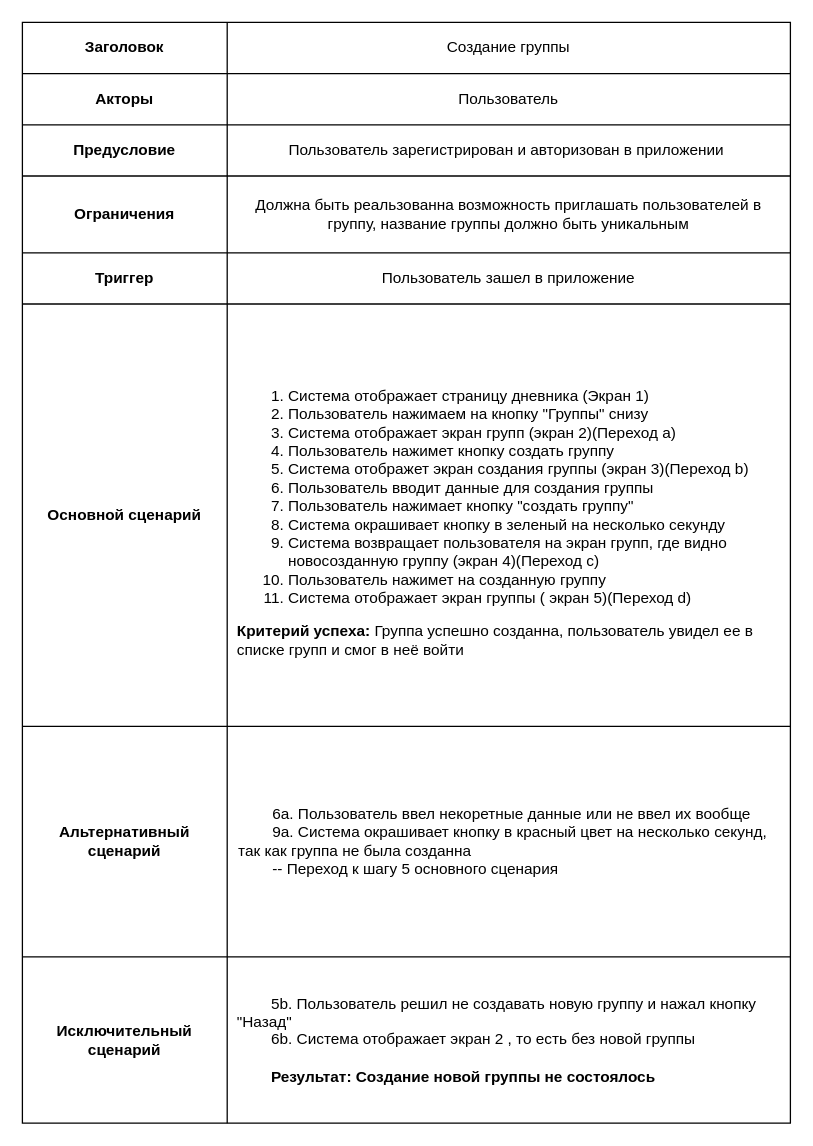
Earlier version of the draw.io diagram Panov_Alexandr/use case.drawio (abdullahproff/BSA21_1). Source tidied: cells renumbered, new cells numbered last; positions are measured from the earlier drawing's top-left corner, leaving out a move shared by most shapes. Both pictures are drawn from the tidied source at 128%, with x=0, y=0 at pixel (22, 22).
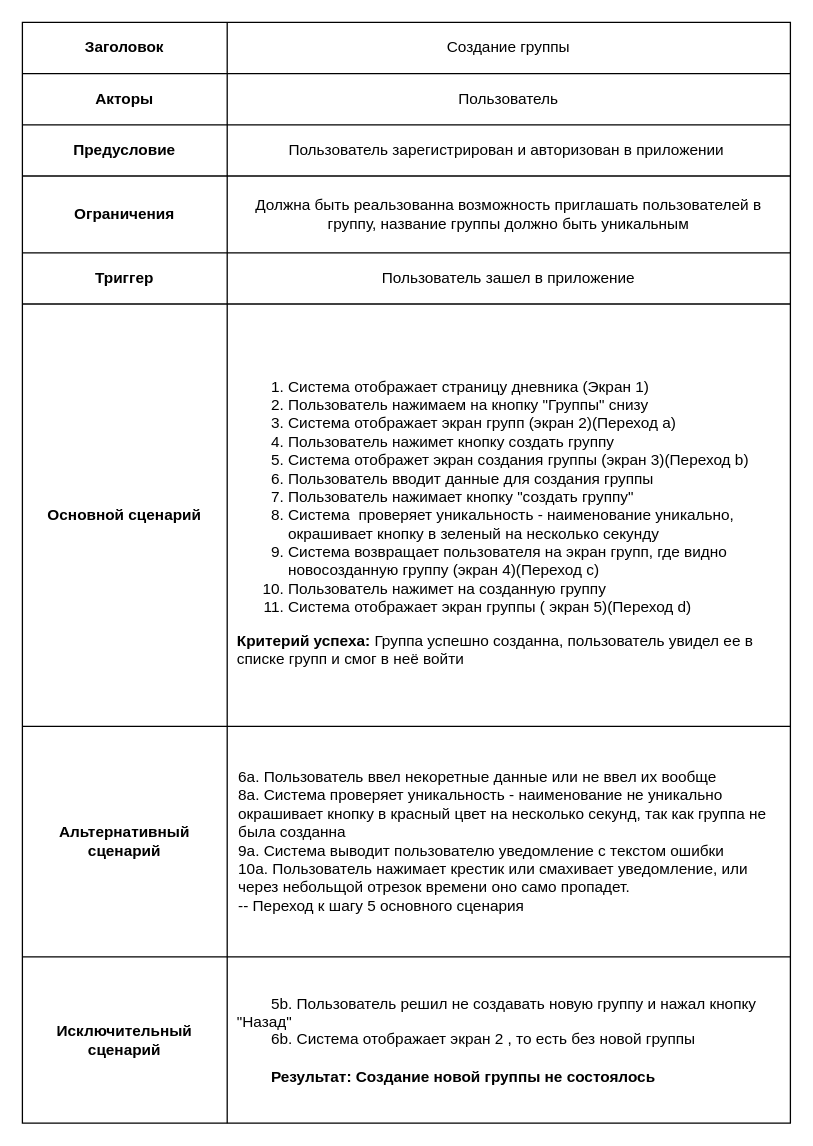
Above is the later version.

The change refers to these unchanged cells:
```xml
<mxCell id="18" style="shape=tableRow;horizontal=0;startSize=0;swimlaneHead=0;swimlaneBody=0;strokeColor=inherit;top=0;left=0;bottom=0;right=0;fillColor=none;" parent="2" vertex="1">
  <mxGeometry y="220" width="600" height="330" as="geometry" />
</mxCell>
<mxCell id="21" style="shape=tableRow;horizontal=0;startSize=0;swimlaneHead=0;swimlaneBody=0;strokeColor=inherit;top=0;left=0;bottom=0;right=0;fillColor=none;" parent="2" vertex="1">
  <mxGeometry y="550" width="600" height="180" as="geometry" />
</mxCell>
```

Change to the diagram source:
```diff
@@
-    <mxCell id="20" value="&lt;ol style=&quot;text-align: left;&quot;&gt;&lt;li&gt;Система отображает страницу дневника (Экран 1)&lt;/li&gt;&lt;li&gt;Пользователь нажимаем на кнопку &quot;Группы&quot; снизу&lt;/li&gt;&lt;li&gt;Система отображает экран групп (экран 2)(Переход a)&lt;/li&gt;&lt;li&gt;Пользователь нажимет кнопку создать группу&lt;/li&gt;&lt;li&gt;Система отображет экран создания группы (экран 3)(Переход b)&lt;/li&gt;&lt;li&gt;Пользователь вводит данные для создания группы&lt;/li&gt;&lt;li&gt;Пользователь нажимает кнопку &quot;создать группу&quot;&lt;/li&gt;&lt;li&gt;Система окрашивает кнопку в зеленый на несколько секунду&lt;/li&gt;&lt;li&gt;Система возвращает пользователя на экран групп, где видно новосозданную группу (экран 4)(Переход c)&lt;/li&gt;&lt;li&gt;Пользователь нажимет на созданную группу&lt;/li&gt;&lt;li&gt;Система отображает экран группы ( экран 5)(Переход d)&lt;/li&gt;&lt;/ol&gt;&lt;span style=&quot;background-color: initial;&quot;&gt;&lt;div style=&quot;text-align: left;&quot;&gt;&lt;b style=&quot;font-weight: bold; background-color: initial;&quot;&gt;&lt;span style=&quot;&quot;&gt;&#9;&lt;/span&gt;&lt;/b&gt;&lt;b style=&quot;font-weight: bold; background-color: initial; text-align: center;&quot;&gt;Критерий успеха: &lt;/b&gt;&lt;span style=&quot;background-color: initial; text-align: center;&quot;&gt;Группа успешно созданна, пользователь увидел ее в списке групп и смог в неё войти&lt;/span&gt;&lt;/div&gt;&lt;/span&gt;" style="shape=partialRectangle;html=1;whiteSpace=wrap;strokeColor=inherit;overflow=hidden;fillColor=none;top=0;left=0;bottom=0;right=0;spacingLeft=7;spacingRight=7;" parent="18" vertex="1">
+    <mxCell id="20" value="&lt;ol style=&quot;text-align: left;&quot;&gt;&lt;li&gt;Система отображает страницу дневника (Экран 1)&lt;/li&gt;&lt;li&gt;Пользователь нажимаем на кнопку &quot;Группы&quot; снизу&lt;/li&gt;&lt;li&gt;Система отображает экран групп (экран 2)(Переход a)&lt;/li&gt;&lt;li&gt;Пользователь нажимет кнопку создать группу&lt;/li&gt;&lt;li&gt;Система отображет экран создания группы (экран 3)(Переход b)&lt;/li&gt;&lt;li&gt;Пользователь вводит данные для создания группы&lt;/li&gt;&lt;li&gt;Пользователь нажимает кнопку &quot;создать группу&quot;&lt;/li&gt;&lt;li&gt;Система&amp;nbsp; проверяет уникальность - наименование уникально, окрашивает кнопку в зеленый на несколько секунду&lt;/li&gt;&lt;li&gt;Система возвращает пользователя на экран групп, где видно новосозданную группу (экран 4)(Переход c)&lt;/li&gt;&lt;li&gt;Пользователь нажимет на созданную группу&lt;/li&gt;&lt;li&gt;Система отображает экран группы ( экран 5)(Переход d)&lt;/li&gt;&lt;/ol&gt;&lt;span style=&quot;background-color: initial;&quot;&gt;&lt;div style=&quot;text-align: left;&quot;&gt;&lt;b style=&quot;font-weight: bold; background-color: initial;&quot;&gt;&lt;span style=&quot;&quot;&gt;&#9;&lt;/span&gt;&lt;/b&gt;&lt;b style=&quot;font-weight: bold; background-color: initial; text-align: center;&quot;&gt;Критерий успеха: &lt;/b&gt;&lt;span style=&quot;background-color: initial; text-align: center;&quot;&gt;Группа успешно созданна, пользователь увидел ее в списке групп и смог в неё войти&lt;/span&gt;&lt;/div&gt;&lt;/span&gt;" style="shape=partialRectangle;html=1;whiteSpace=wrap;strokeColor=inherit;overflow=hidden;fillColor=none;top=0;left=0;bottom=0;right=0;spacingLeft=7;spacingRight=7;" parent="18" vertex="1">
       <mxGeometry x="160" width="440" height="330" as="geometry" />
     </mxCell>
@@
-    <mxCell id="23" value="&lt;span style=&quot;background-color: initial;&quot;&gt;&lt;span style=&quot;white-space: pre;&quot;&gt;&#9;&lt;/span&gt;6а. Пользователь ввел некоретные данные или не ввел их вообще&lt;/span&gt;&lt;br&gt;&lt;span style=&quot;background-color: initial;&quot;&gt;&lt;span style=&quot;white-space: pre;&quot;&gt;&#9;&lt;/span&gt;9а. Система окрашивает кнопку в красный цвет на несколько секунд, так как группа не была созданна&lt;/span&gt;&lt;br&gt;&lt;span style=&quot;white-space: pre;&quot;&gt;&#9;&lt;/span&gt;-- Переход к шагу 5 основного сценария" style="shape=partialRectangle;html=1;whiteSpace=wrap;strokeColor=inherit;overflow=hidden;fillColor=none;top=0;left=0;bottom=0;right=0;align=left;spacingLeft=7;spacingRight=7;" parent="21" vertex="1">
+    <mxCell id="23" value="&lt;span style=&quot;background-color: initial;&quot;&gt;&lt;span style=&quot;&quot;&gt;&#9;&lt;/span&gt;6а. Пользователь ввел некоретные данные или не ввел их вообще&lt;/span&gt;&lt;br&gt;8а. Система&amp;nbsp;&lt;span style=&quot;background-color: initial;&quot;&gt;&lt;/span&gt;проверяет уникальность - наименование не уникально&lt;span style=&quot;background-color: initial;&quot;&gt;&lt;br&gt;окрашивает кнопку в красный цвет на несколько секунд, так как группа не была созданна&lt;br&gt;&lt;/span&gt;9а. Система выводит пользователю уведомление с текстом ошибки&lt;br&gt;10a. Пользователь нажимает крестик или смахивает уведомление, или через небольщой отрезок времени оно само пропадет.&lt;br&gt;&lt;span style=&quot;&quot;&gt;&#9;&lt;/span&gt;-- Переход к шагу 5 основного сценария" style="shape=partialRectangle;html=1;whiteSpace=wrap;strokeColor=inherit;overflow=hidden;fillColor=none;top=0;left=0;bottom=0;right=0;align=left;spacingLeft=7;spacingRight=7;" parent="21" vertex="1">
       <mxGeometry x="160" width="440" height="180" as="geometry" />
     </mxCell>
```
